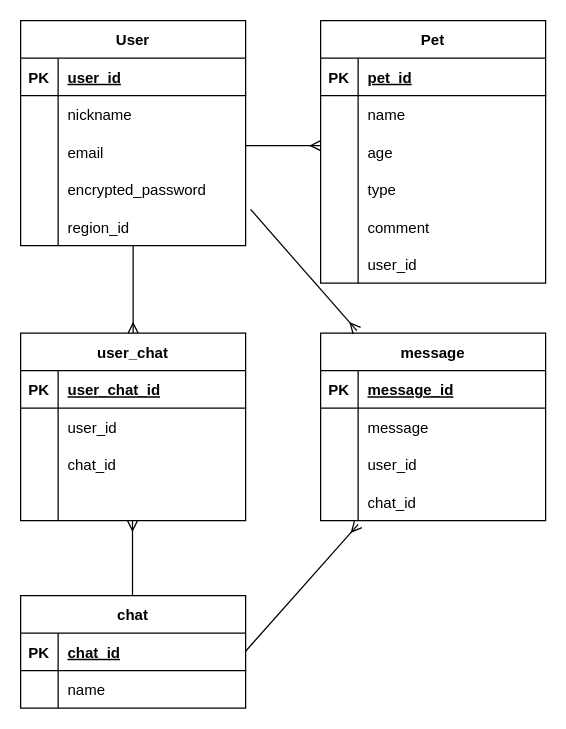
Before: ER.dio in n-ira-if/BDT, a draw.io diagram. Source tidied: cells renumbered, new cells numbered last; positions are measured from the earlier drawing's top-left corner, leaving out a move shared by most shapes. Both pictures are drawn from the tidied source at 125%, with x=0, y=0 at pixel (20, 20).
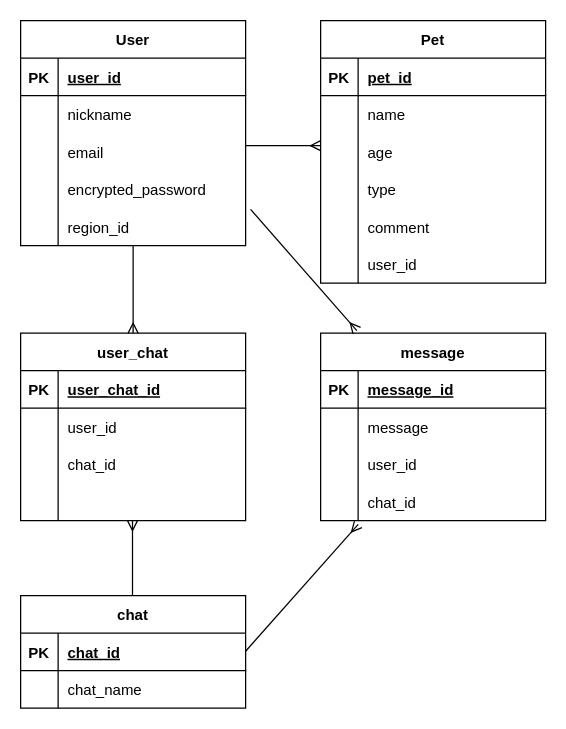
Above is the later version.

The change refers to these unchanged cells:
```xml
<mxCell id="41" style="shape=tableRow;horizontal=0;startSize=0;swimlaneHead=0;swimlaneBody=0;fillColor=none;top=0;left=0;right=0;bottom=0;" parent="37" vertex="1">
  <mxGeometry y="60" width="180" height="30" as="geometry" />
</mxCell>
```

The edit, as a diff of the source:
```diff
@@
-    <mxCell id="43" value="name" style="shape=partialRectangle;fillColor=none;top=0;left=0;bottom=0;right=0;align=left;spacingLeft=6;overflow=hidden;" parent="41" vertex="1">
+    <mxCell id="43" value="chat_name" style="shape=partialRectangle;fillColor=none;top=0;left=0;bottom=0;right=0;align=left;spacingLeft=6;overflow=hidden;" parent="41" vertex="1">
       <mxGeometry x="30" width="150" height="30" as="geometry" />
     </mxCell>
```
